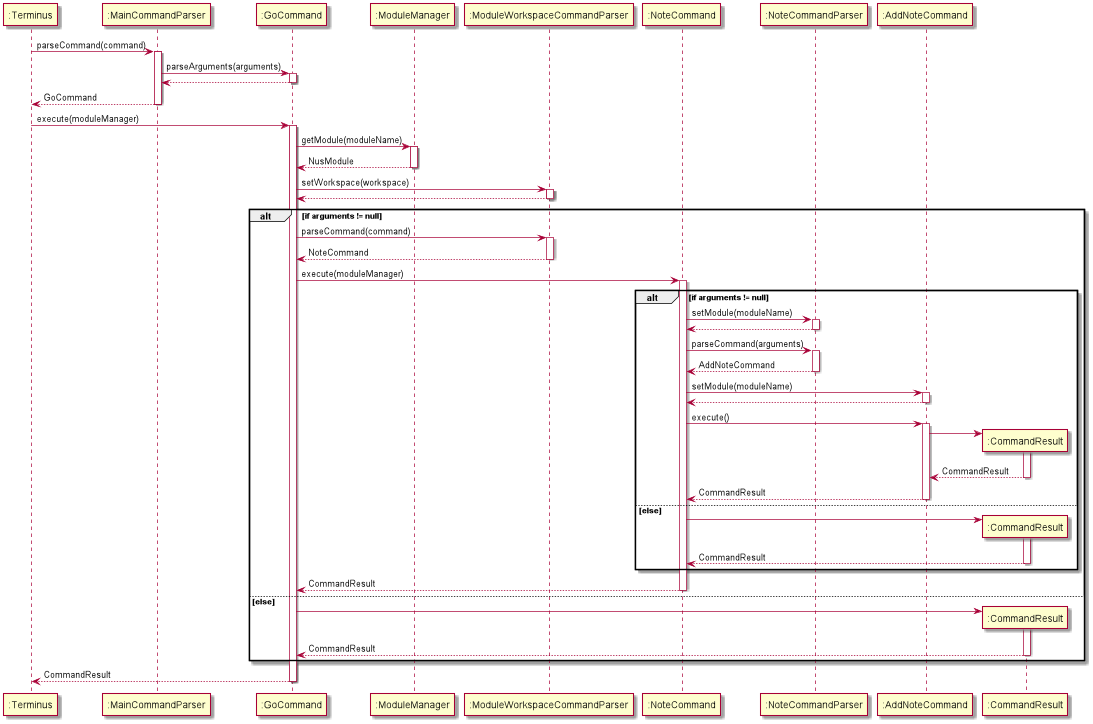
This is docs/attachments/CommandExecution.png from nus-cs2113-AY2122S1/tp, a PlantUML export, as it was before one commit.
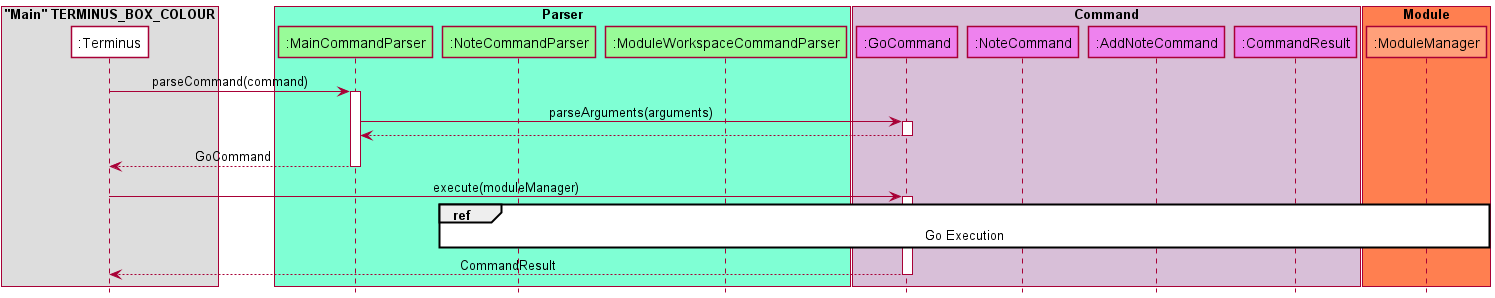
The same file after the commit.

The edit, as a diff of the source:
```diff
@@ -1,49 +1,30 @@
 @startuml
-participant ":Terminus" as Terminus
-participant ":MainCommandParser" as MainCommandParser
-participant ":GoCommand" as GoCommand
-participant  ":ModuleManager" as ModuleManger
-participant ":ModuleWorkspaceCommandParser" as ModuleWorkspaceCommandParser
-participant ":NoteCommand" as NoteCommand
-participant ":NoteCommandParser" as NoteCommandParser
-participant ":AddNoteCommand" as AddNoteCommand
-participant ":CommandResult" as CommandResult
+!include SequenceStyle.puml
+box "Main" TERMINUS_BOX_COLOUR
+participant ":Terminus" as Terminus  TERMINUS_COLOR
+endbox
+box "Parser" PARSER_BOX_COLOR
+participant ":MainCommandParser" as MainCommandParser PARSER_COLOR
+participant ":NoteCommandParser" as NoteCommandParser PARSER_COLOR
+participant ":ModuleWorkspaceCommandParser" as ModuleWorkspaceCommandParser PARSER_COLOR
+endbox
+box "Command" COMMAND_BOX_COLOR
+participant ":GoCommand" as GoCommand COMMAND_COLOR
+participant ":NoteCommand" as NoteCommand COMMAND_COLOR
+participant ":AddNoteCommand" as AddNoteCommand COMMAND_COLOR
+participant ":CommandResult" as CommandResult COMMAND_COLOR
+endbox
+box "Module" MODULE_BOX_COLOR
+participant  ":ModuleManager" as ModuleManger MODULE_COLOR
+endbox
 autoactivate on
+
 Terminus -> MainCommandParser: parseCommand(command)
   MainCommandParser -> GoCommand: parseArguments(arguments)
   return
 return GoCommand
 Terminus -> GoCommand: execute(moduleManager)
-   GoCommand -> ModuleManger: getModule(moduleName)
-   return NusModule
-   GoCommand -> ModuleWorkspaceCommandParser: setWorkspace(workspace)
-   return
-      alt if arguments != null
-      GoCommand -> ModuleWorkspaceCommandParser:parseCommand(command)
-      return NoteCommand
-      GoCommand -> NoteCommand : execute(moduleManager)
-        alt if arguments != null
-          NoteCommand -> NoteCommandParser: setModule(moduleName)
-          return
-          NoteCommand -> NoteCommandParser: parseCommand(arguments)
-          return AddNoteCommand
-          NoteCommand -> AddNoteCommand: setModule(moduleName)
-          return
-          NoteCommand -> AddNoteCommand: execute()
-            create CommandResult
-            AddNoteCommand -> CommandResult
-          return CommandResult
-        return CommandResult
-        else else
-          create CommandResult
-          NoteCommand -> CommandResult
-          return CommandResult
-        end
-      return CommandResult
-      else else
-        Create CommandResult
-        GoCommand -> CommandResult
-        return CommandResult
-      end
+
+ref over NoteCommandParser, ModuleManger:Go Execution
 return CommandResult
 @enduml
```
